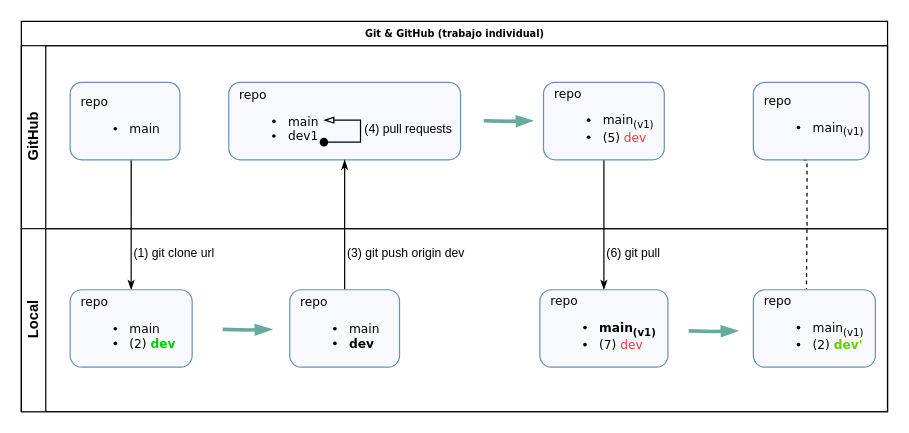
Earlier version of the draw.io diagram Flujo individual GitGitHub.drawio (dannylarrea/draw.io). Source tidied: cells renumbered, new cells numbered last; positions are measured from the earlier drawing's top-left corner, leaving out a move shared by most shapes. Both pictures are drawn from the tidied source at 122%, with x=0, y=0 at pixel (21, 21).
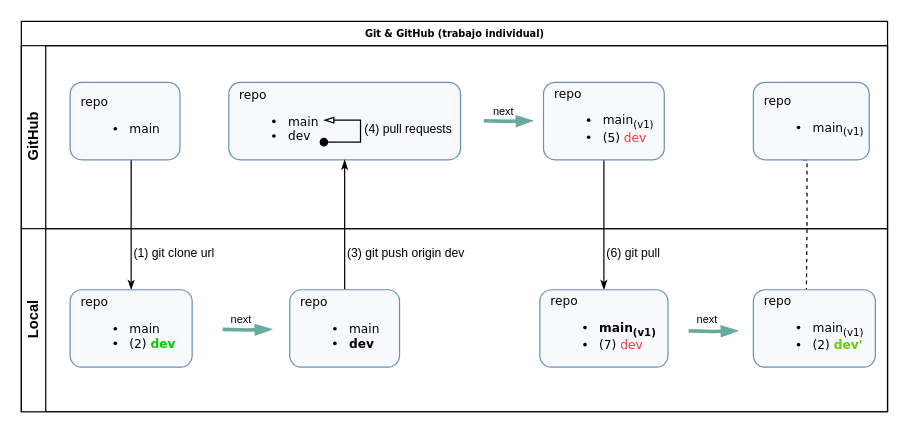
The same page after the edit.

The change refers to these unchanged cells:
```xml
<mxCell id="4" value="GitHub" style="swimlane;html=1;startSize=20;horizontal=0;" parent="2" vertex="1">
  <mxGeometry y="20" width="710" height="150" as="geometry" />
</mxCell>
<mxCell id="10" value="Local" style="swimlane;html=1;startSize=20;horizontal=0;" parent="2" vertex="1">
  <mxGeometry y="170" width="710" height="150" as="geometry" />
</mxCell>
```

What changed in the source:
```diff
@@
-    <mxCell id="5" value="repo&lt;br&gt;&lt;ul&gt;&lt;li&gt;main&lt;/li&gt;&lt;li&gt;dev1&lt;/li&gt;&lt;/ul&gt;" style="rounded=1;whiteSpace=wrap;html=1;shadow=0;labelBackgroundColor=none;strokeWidth=1;fontFamily=Verdana;fontSize=10;align=left;spacingLeft=7;fillColor=#F7F9FC;strokeColor=#6c8ebf;" parent="4" vertex="1">
+    <mxCell id="5" value="repo&lt;br&gt;&lt;ul&gt;&lt;li&gt;main&lt;/li&gt;&lt;li&gt;dev&lt;/li&gt;&lt;/ul&gt;" style="rounded=1;whiteSpace=wrap;html=1;shadow=0;labelBackgroundColor=none;strokeWidth=1;fontFamily=Verdana;fontSize=10;align=left;spacingLeft=7;fillColor=#F7F9FC;strokeColor=#6c8ebf;" parent="4" vertex="1">
       <mxGeometry x="170" y="30" width="190" height="63.5" as="geometry" />
     </mxCell>
@@
+    <mxCell id="25" value="&lt;font style=&quot;font-size: 9px&quot;&gt;next&lt;/font&gt;" style="text;html=1;align=center;verticalAlign=middle;strokeColor=none;fillColor=none;" parent="4" vertex="1">
+      <mxGeometry x="380" y="43" width="30" height="20" as="geometry" />
+    </mxCell>
@@
+    <mxCell id="26" value="&lt;font style=&quot;font-size: 9px&quot;&gt;next&lt;/font&gt;" style="text;html=1;align=center;verticalAlign=middle;strokeColor=none;fillColor=none;" parent="10" vertex="1">
+      <mxGeometry x="165" y="64" width="30" height="20" as="geometry" />
+    </mxCell>
+    <mxCell id="27" value="&lt;font style=&quot;font-size: 9px&quot;&gt;next&lt;/font&gt;" style="text;html=1;align=center;verticalAlign=middle;strokeColor=none;fillColor=none;" parent="10" vertex="1">
+      <mxGeometry x="547" y="64" width="30" height="20" as="geometry" />
+    </mxCell>
```
